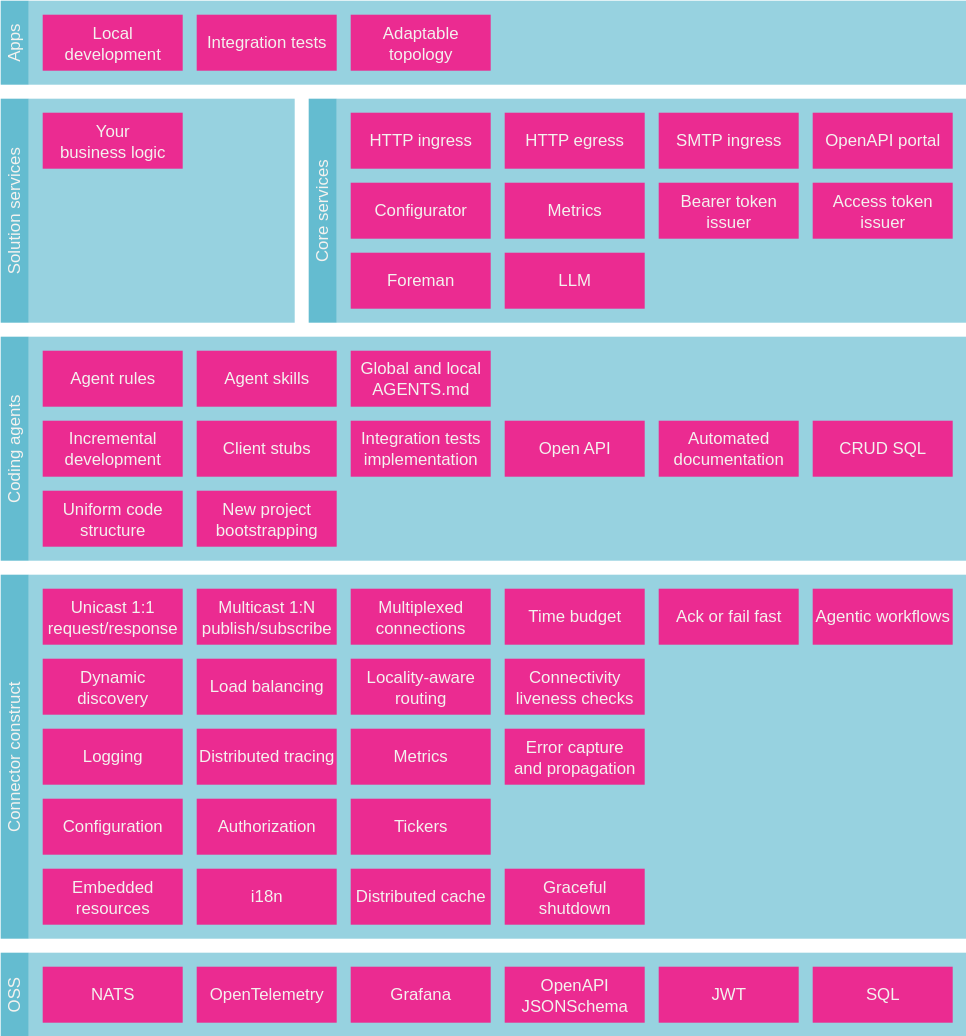
The draw.io diagram docs/blocks/layers-1.drawio.svg in bhardwajRahul/fabric, before a commit. Source tidied: cells renumbered, new cells last; positions are measured from the earlier drawing's top-left corner, leaving out a move shared by most shapes.
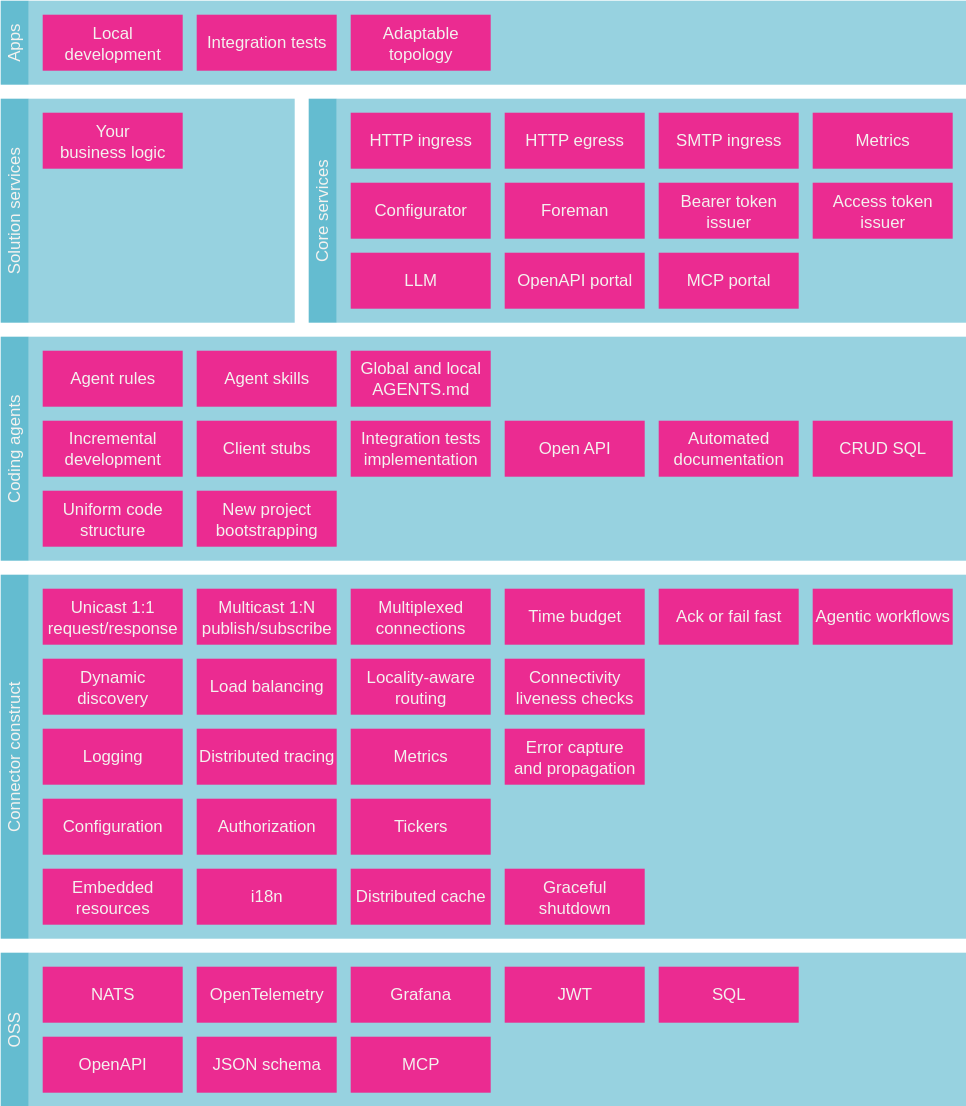
Above is the later version.

What changed in the source:
```diff
@@ -3,10 +3,10 @@
     <mxCell id="0" />
     <mxCell id="1" parent="0" />
     <mxCell id="2" style="rounded=0;whiteSpace=wrap;html=1;dashed=1;fillColor=#31a6c1;opacity=50;strokeColor=none;align=center;verticalAlign=middle;fontFamily=Helvetica;fontSize=12;fontColor=#F4F2EF;" parent="1" vertex="1">
-      <mxGeometry x="20" y="680" width="670" height="60" as="geometry" />
+      <mxGeometry x="20" y="680" width="670" height="110" as="geometry" />
     </mxCell>
     <mxCell id="3" value="OSS" style="rounded=0;whiteSpace=wrap;html=1;horizontal=0;strokeColor=none;fillColor=#31a6c1;opacity=75;shadow=0;fontColor=#F4F2EF;" parent="1" vertex="1">
-      <mxGeometry y="680" width="20" height="60" as="geometry" />
+      <mxGeometry y="680" width="20" height="110" as="geometry" />
     </mxCell>
     <mxCell id="4" style="rounded=0;whiteSpace=wrap;html=1;dashed=1;fillColor=#31a6c1;opacity=50;strokeColor=none;align=center;verticalAlign=middle;fontFamily=Helvetica;fontSize=12;fontColor=#F4F2EF;" parent="1" vertex="1">
       <mxGeometry x="20" y="410" width="670" height="260" as="geometry" />
@@ -81,10 +81,10 @@
       <mxGeometry x="250" y="80" width="100" height="40" as="geometry" />
     </mxCell>
     <mxCell id="28" value="OpenAPI portal" style="rounded=0;whiteSpace=wrap;html=1;fillColor=#eb2b91;gradientColor=none;fontColor=#F4F2EF;strokeColor=none;align=center;verticalAlign=middle;fontFamily=Helvetica;fontSize=12;" parent="1" vertex="1">
-      <mxGeometry x="580" y="80" width="100" height="40" as="geometry" />
+      <mxGeometry x="360" y="180" width="100" height="40" as="geometry" />
     </mxCell>
     <mxCell id="29" value="Metrics" style="rounded=0;whiteSpace=wrap;html=1;fillColor=#eb2b91;gradientColor=none;fontColor=#F4F2EF;strokeColor=none;align=center;verticalAlign=middle;fontFamily=Helvetica;fontSize=12;" parent="1" vertex="1">
-      <mxGeometry x="360" y="130" width="100" height="40" as="geometry" />
+      <mxGeometry x="580" y="80" width="100" height="40" as="geometry" />
     </mxCell>
     <mxCell id="30" value="HTTP egress" style="rounded=0;whiteSpace=wrap;html=1;fillColor=#eb2b91;gradientColor=none;fontColor=#F4F2EF;strokeColor=none;align=center;verticalAlign=middle;fontFamily=Helvetica;fontSize=12;" parent="1" vertex="1">
       <mxGeometry x="360" y="80" width="100" height="40" as="geometry" />
@@ -92,9 +92,6 @@
     <mxCell id="31" value="SMTP ingress" style="rounded=0;whiteSpace=wrap;html=1;fillColor=#eb2b91;gradientColor=none;fontColor=#F4F2EF;strokeColor=none;align=center;verticalAlign=middle;fontFamily=Helvetica;fontSize=12;" parent="1" vertex="1">
       <mxGeometry x="470" y="80" width="100" height="40" as="geometry" />
     </mxCell>
-    <mxCell id="32" value="OpenAPI&lt;br&gt;JSONSchema" style="rounded=0;whiteSpace=wrap;html=1;fillColor=#eb2b91;strokeColor=none;fontColor=#F4F2EF;align=center;verticalAlign=middle;fontFamily=Helvetica;fontSize=12;" parent="1" vertex="1">
-      <mxGeometry x="360" y="690" width="100" height="40" as="geometry" />
-    </mxCell>
     <mxCell id="33" value="OpenTelemetry" style="rounded=0;whiteSpace=wrap;html=1;fillColor=#eb2b91;strokeColor=none;fontColor=#F4F2EF;align=center;verticalAlign=middle;fontFamily=Helvetica;fontSize=12;" parent="1" vertex="1">
       <mxGeometry x="140" y="690" width="100" height="40" as="geometry" />
     </mxCell>
@@ -138,7 +135,7 @@
       <mxGeometry x="140" y="570" width="100" height="40" as="geometry" />
     </mxCell>
     <mxCell id="47" value="JWT" style="rounded=0;whiteSpace=wrap;html=1;fillColor=#eb2b91;strokeColor=none;fontColor=#F4F2EF;align=center;verticalAlign=middle;fontFamily=Helvetica;fontSize=12;" parent="1" vertex="1">
-      <mxGeometry x="470" y="690" width="100" height="40" as="geometry" />
+      <mxGeometry x="360" y="690" width="100" height="40" as="geometry" />
     </mxCell>
     <mxCell id="48" style="rounded=0;whiteSpace=wrap;html=1;dashed=1;fillColor=#31a6c1;opacity=50;strokeColor=none;align=center;verticalAlign=middle;fontFamily=Helvetica;fontSize=12;fontColor=#F4F2EF;" parent="1" vertex="1">
       <mxGeometry x="20" y="240" width="670" height="160" as="geometry" />
@@ -180,10 +177,10 @@
       <mxGeometry x="580" y="130" width="100" height="40" as="geometry" />
     </mxCell>
     <mxCell id="61" value="Foreman" style="rounded=0;whiteSpace=wrap;html=1;fillColor=#eb2b91;gradientColor=none;fontColor=#F4F2EF;strokeColor=none;align=center;verticalAlign=middle;fontFamily=Helvetica;fontSize=12;" parent="1" vertex="1">
-      <mxGeometry x="250" y="180" width="100" height="40" as="geometry" />
+      <mxGeometry x="360" y="130" width="100" height="40" as="geometry" />
     </mxCell>
     <mxCell id="62" value="SQL" style="rounded=0;whiteSpace=wrap;html=1;fillColor=#eb2b91;strokeColor=none;fontColor=#F4F2EF;align=center;verticalAlign=middle;fontFamily=Helvetica;fontSize=12;" parent="1" vertex="1">
-      <mxGeometry x="580" y="690" width="100" height="40" as="geometry" />
+      <mxGeometry x="470" y="690" width="100" height="40" as="geometry" />
     </mxCell>
     <mxCell id="63" value="Agentic workflows" style="rounded=0;whiteSpace=wrap;html=1;fillColor=#eb2b91;strokeColor=none;fontColor=#F4F2EF;align=center;verticalAlign=middle;fontFamily=Helvetica;fontSize=12;" parent="1" vertex="1">
       <mxGeometry x="580" y="420" width="100" height="40" as="geometry" />
@@ -192,7 +189,19 @@
       <mxGeometry x="580" y="300" width="100" height="40" as="geometry" />
     </mxCell>
     <mxCell id="65" value="LLM" style="rounded=0;whiteSpace=wrap;html=1;fillColor=#eb2b91;gradientColor=none;fontColor=#F4F2EF;strokeColor=none;align=center;verticalAlign=middle;fontFamily=Helvetica;fontSize=12;" parent="1" vertex="1">
-      <mxGeometry x="360" y="180" width="100" height="40" as="geometry" />
+      <mxGeometry x="250" y="180" width="100" height="40" as="geometry" />
     </mxCell>
+    <mxCell id="66" value="MCP portal" style="rounded=0;whiteSpace=wrap;html=1;fillColor=#eb2b91;gradientColor=none;fontColor=#F4F2EF;strokeColor=none;align=center;verticalAlign=middle;fontFamily=Helvetica;fontSize=12;" parent="1" vertex="1">
+      <mxGeometry x="470" y="180" width="100" height="40" as="geometry" />
+    </mxCell>
+    <mxCell id="67" value="OpenAPI" style="rounded=0;whiteSpace=wrap;html=1;fillColor=#eb2b91;strokeColor=none;fontColor=#F4F2EF;align=center;verticalAlign=middle;fontFamily=Helvetica;fontSize=12;" parent="1" vertex="1">
+      <mxGeometry x="30" y="740" width="100" height="40" as="geometry" />
+    </mxCell>
+    <mxCell id="68" value="JSON schema" style="rounded=0;whiteSpace=wrap;html=1;fillColor=#eb2b91;strokeColor=none;fontColor=#F4F2EF;align=center;verticalAlign=middle;fontFamily=Helvetica;fontSize=12;" parent="1" vertex="1">
+      <mxGeometry x="140" y="740" width="100" height="40" as="geometry" />
+    </mxCell>
+    <mxCell id="69" value="MCP" style="rounded=0;whiteSpace=wrap;html=1;fillColor=#eb2b91;strokeColor=none;fontColor=#F4F2EF;align=center;verticalAlign=middle;fontFamily=Helvetica;fontSize=12;" parent="1" vertex="1">
+      <mxGeometry x="250" y="740" width="100" height="40" as="geometry" />
+    </mxCell>
   </root>
 </mxGraphModel>
```
